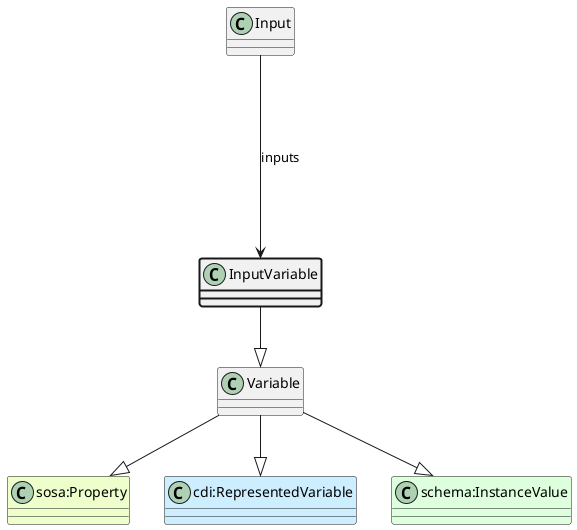
Before: ttl_uml/ttl_appn_InputVariable.png, a diagram exported from PlantUML (aus-plant-phenomics-network/appn-schema).
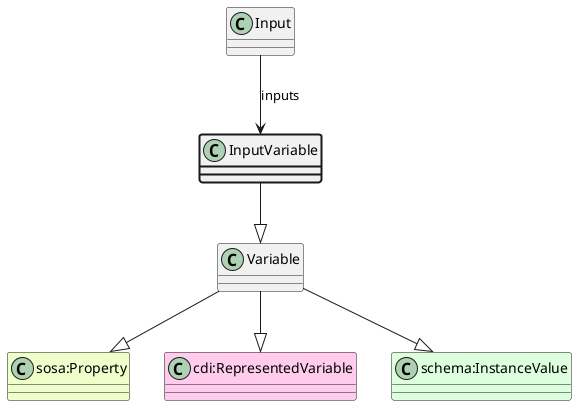
The same file after the commit.

The edit, as a diff of the source:
```diff
@@ -3,11 +3,11 @@
 class Variable
 class "sosa:Property" #EEFFCC
 Variable --|> "sosa:Property"
-class "cdi:RepresentedVariable" #CCEEFF
+class "cdi:RepresentedVariable" #FFCCEE
 Variable --|> "cdi:RepresentedVariable"
 class "schema:InstanceValue" #DDFFDD
 Variable --|> "schema:InstanceValue"
 InputVariable --|> Variable
 class Input
-Input ----> InputVariable : inputs
+Input --> InputVariable : inputs
 @enduml
```
